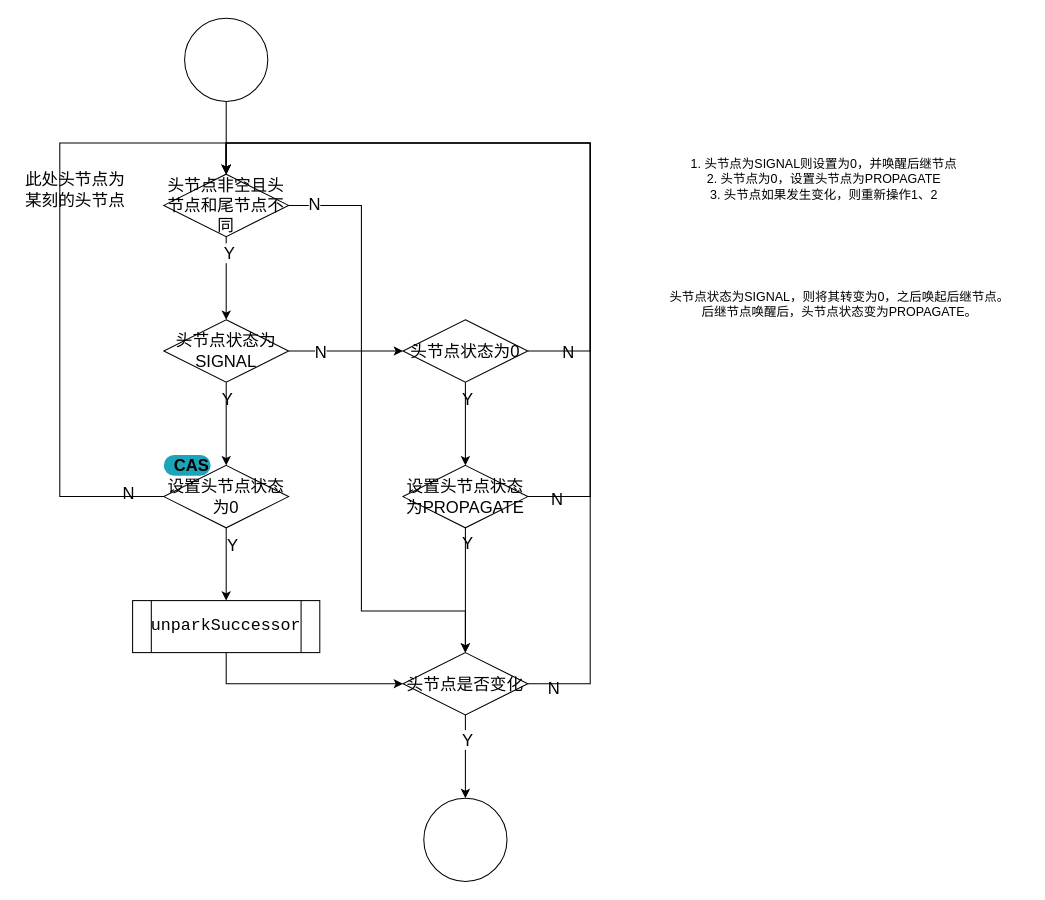
Above: page "doReleaseShared" (6 of 14) of src/drawio/aqs/aqs.drawio in NikolaZhang/NikolaZhang.github.io (draw.io), before the change. Source tidied: cells renumbered, new cells numbered last; positions are measured from the earlier drawing's top-left corner, leaving out a move shared by most shapes. Both pictures are drawn from the tidied source at 104%, with x=0, y=0 at pixel (18, 18).
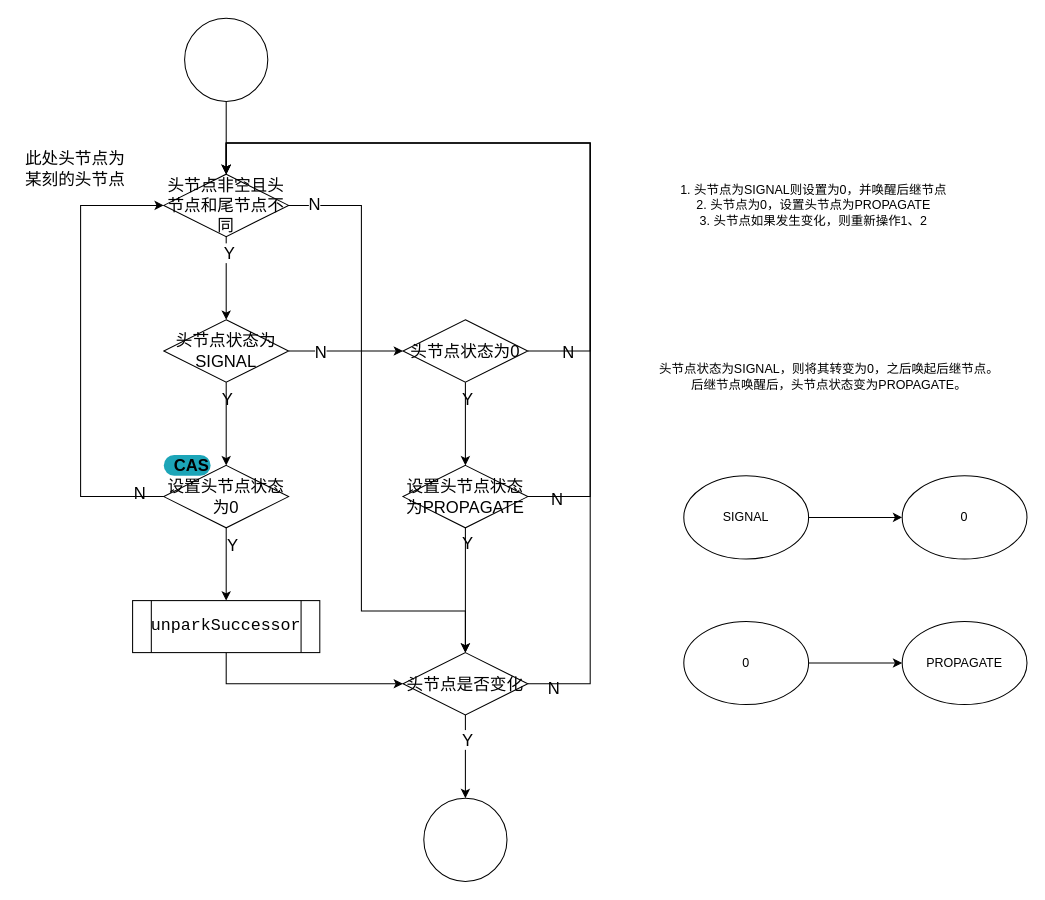
After the change.

Unchanged cells that the change refers to:
```xml
<mxCell id="8" value="头节点非空且头节点和尾节点不同" style="whiteSpace=wrap;html=1;shape=rhombus;perimeter=rhombusPerimeter;fontSize=16;labelBackgroundColor=none;fontColor=default;" parent="1" vertex="1">
  <mxGeometry x="140" y="150" width="120" height="60" as="geometry" />
</mxCell>
<mxCell id="18" value="设置头节点状态为0" style="whiteSpace=wrap;html=1;shape=rhombus;perimeter=rhombusPerimeter;fontSize=16;labelBackgroundColor=none;fontColor=default;" parent="1" vertex="1">
  <mxGeometry x="140" y="430" width="120" height="60" as="geometry" />
</mxCell>
```

Diff of the diagram source:
```diff
@@
-    <mxCell id="16" style="edgeStyle=orthogonalEdgeStyle;rounded=0;jettySize=auto;html=1;exitX=0;exitY=0.5;exitDx=0;exitDy=0;entryX=0.5;entryY=0;entryDx=0;entryDy=0;fontSize=16;labelBackgroundColor=none;fontColor=default;" parent="1" edge="1" source="18" target="8">
+    <mxCell id="16" style="edgeStyle=orthogonalEdgeStyle;rounded=0;jettySize=auto;html=1;exitX=0;exitY=0.5;exitDx=0;exitDy=0;entryX=0;entryY=0.5;entryDx=0;entryDy=0;fontSize=16;labelBackgroundColor=none;fontColor=default;" parent="1" edge="1" source="18" target="8">
       <mxGeometry relative="1" as="geometry">
         <Array as="points">
-          <mxPoint x="40" y="460" />
-          <mxPoint x="40" y="120" />
-          <mxPoint x="200" y="120" />
+          <mxPoint x="60" y="460" />
+          <mxPoint x="60" y="180" />
         </Array>
       </mxGeometry>
     </mxCell>
@@
     <mxCell id="38" value="此处头节点为某刻的头节点" style="text;html=1;align=center;verticalAlign=middle;whiteSpace=wrap;rounded=0;fontSize=16;" parent="1" vertex="1">
-      <mxGeometry y="140" width="110" height="50" as="geometry" />
+      <mxGeometry y="120" width="110" height="50" as="geometry" />
     </mxCell>
     <mxCell id="39" value="1. 头节点为SIGNAL则设置为0，并唤醒后继节点&lt;br&gt;2. 头节点为0，设置头节点为PROPAGATE&lt;br&gt;3. 头节点如果发生变化，则重新操作1、2" style="text;html=1;strokeColor=none;fillColor=none;align=center;verticalAlign=middle;whiteSpace=wrap;rounded=0;" parent="1" vertex="1">
-      <mxGeometry x="610" y="100" width="330" height="110" as="geometry" />
+      <mxGeometry x="600" y="125" width="330" height="110" as="geometry" />
     </mxCell>
     <mxCell id="40" value="头节点状态为SIGNAL，则将其转变为0，之后唤起后继节点。&lt;br&gt;后继节点唤醒后，头节点状态变为PROPAGATE。" style="text;html=1;strokeColor=none;fillColor=none;align=center;verticalAlign=middle;whiteSpace=wrap;rounded=0;" parent="1" vertex="1">
-      <mxGeometry x="620" y="210" width="340" height="130" as="geometry" />
+      <mxGeometry x="610" y="280" width="340" height="130" as="geometry" />
     </mxCell>
+    <mxCell id="41" style="edgeStyle=orthogonalEdgeStyle;rounded=0;jettySize=auto;html=1;" parent="1" edge="1" source="42" target="43">
+      <mxGeometry relative="1" as="geometry" />
+    </mxCell>
+    <mxCell id="42" value="SIGNAL" style="ellipse;whiteSpace=wrap;html=1;" parent="1" vertex="1">
+      <mxGeometry x="640" y="440" width="120" height="80" as="geometry" />
+    </mxCell>
+    <mxCell id="43" value="0" style="ellipse;whiteSpace=wrap;html=1;" parent="1" vertex="1">
+      <mxGeometry x="850" y="440" width="120" height="80" as="geometry" />
+    </mxCell>
+    <mxCell id="44" style="edgeStyle=orthogonalEdgeStyle;rounded=0;jettySize=auto;html=1;" parent="1" edge="1" source="45" target="46">
+      <mxGeometry relative="1" as="geometry" />
+    </mxCell>
+    <mxCell id="45" value="0" style="ellipse;whiteSpace=wrap;html=1;" parent="1" vertex="1">
+      <mxGeometry x="640" y="580" width="120" height="80" as="geometry" />
+    </mxCell>
+    <mxCell id="46" value="PROPAGATE" style="ellipse;whiteSpace=wrap;html=1;" parent="1" vertex="1">
+      <mxGeometry x="850" y="580" width="120" height="80" as="geometry" />
+    </mxCell>
```
